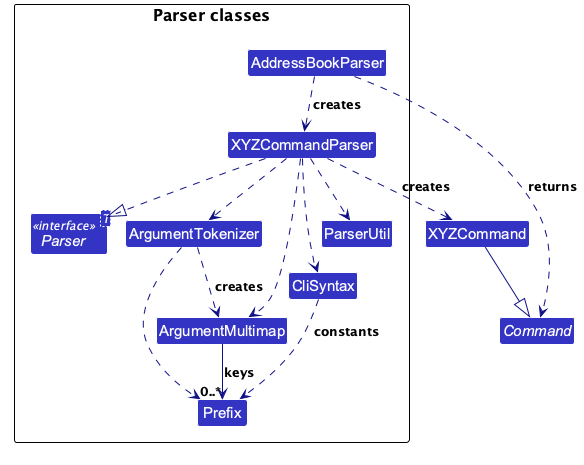
Before: docs/images/ParserClasses.png, a diagram exported from PlantUML (AY2627S1-CS2103T-F11-1/tp). Source of this version:
```plantuml
@startuml
!include style.puml
!pragma layout smetana
skinparam arrowColor LOGIC_COLOR_T4
skinparam classBackgroundColor LOGIC_COLOR

package "Parser classes" {
interface "Parser<T>" as Parser <<interface>>
class AddressBookParser
class XYZCommandParser
class ArgumentTokenizer
class ArgumentMultimap
class CliSyntax
class Prefix
class ParserUtil
}
abstract class Command
class XYZCommand

AddressBookParser ..> XYZCommandParser : creates
AddressBookParser ..> Command : returns
XYZCommandParser ..|> Parser
XYZCommandParser ..> XYZCommand : creates
XYZCommand --|> Command
XYZCommandParser ..> ArgumentTokenizer
XYZCommandParser ..> ArgumentMultimap
XYZCommandParser ..> CliSyntax
XYZCommandParser ..> ParserUtil
ArgumentTokenizer ..> ArgumentMultimap : creates
ArgumentTokenizer ..> Prefix
ArgumentMultimap --> "0..*" Prefix : keys
CliSyntax ..> Prefix : constants

@enduml
```
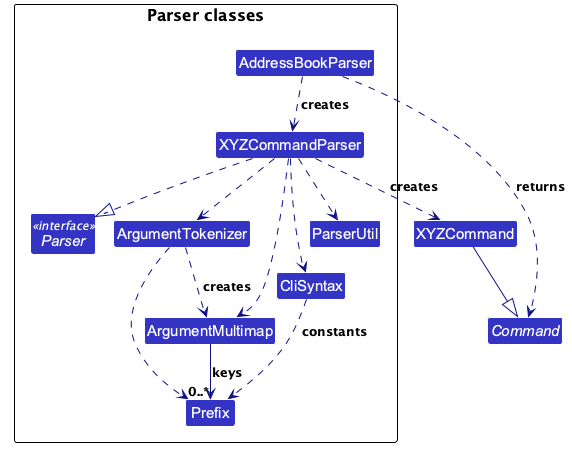
After the change.

What changed in the source:
```diff
@@ -5,7 +5,7 @@
 skinparam classBackgroundColor LOGIC_COLOR
 
 package "Parser classes" {
-interface "Parser<T>" as Parser <<interface>>
+interface Parser <<interface>>
 class AddressBookParser
 class XYZCommandParser
 class ArgumentTokenizer
```
